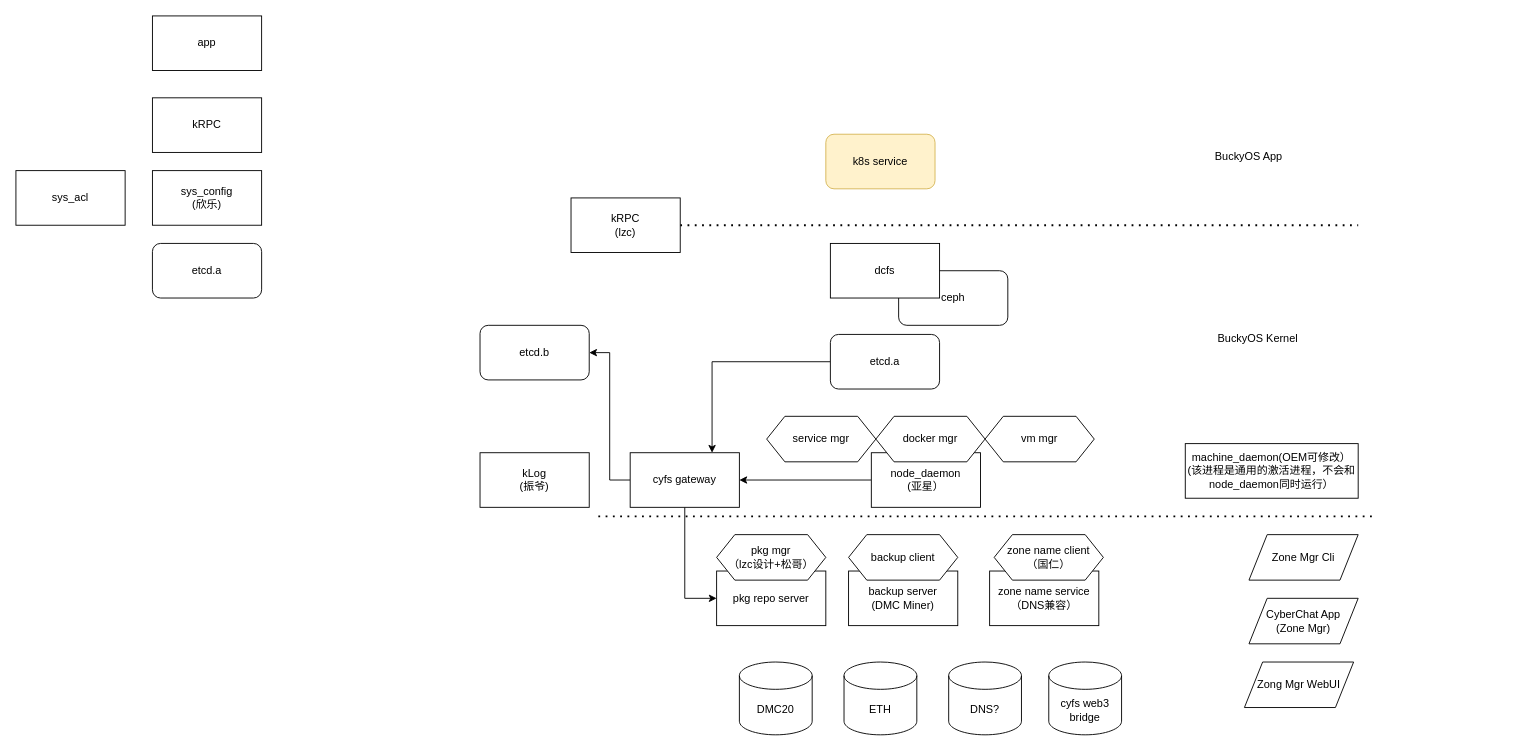
Earlier version of the draw.io diagram page "系统组件图" (7 of 9) of doc/buckyos.drawio (buckyos/buckyos). Source tidied: cells renumbered, new cells numbered last; positions are measured from the earlier drawing's top-left corner, leaving out a move shared by most shapes. Both pictures are drawn from the tidied source at 91%, with x=0, y=0 at pixel (15, 15).
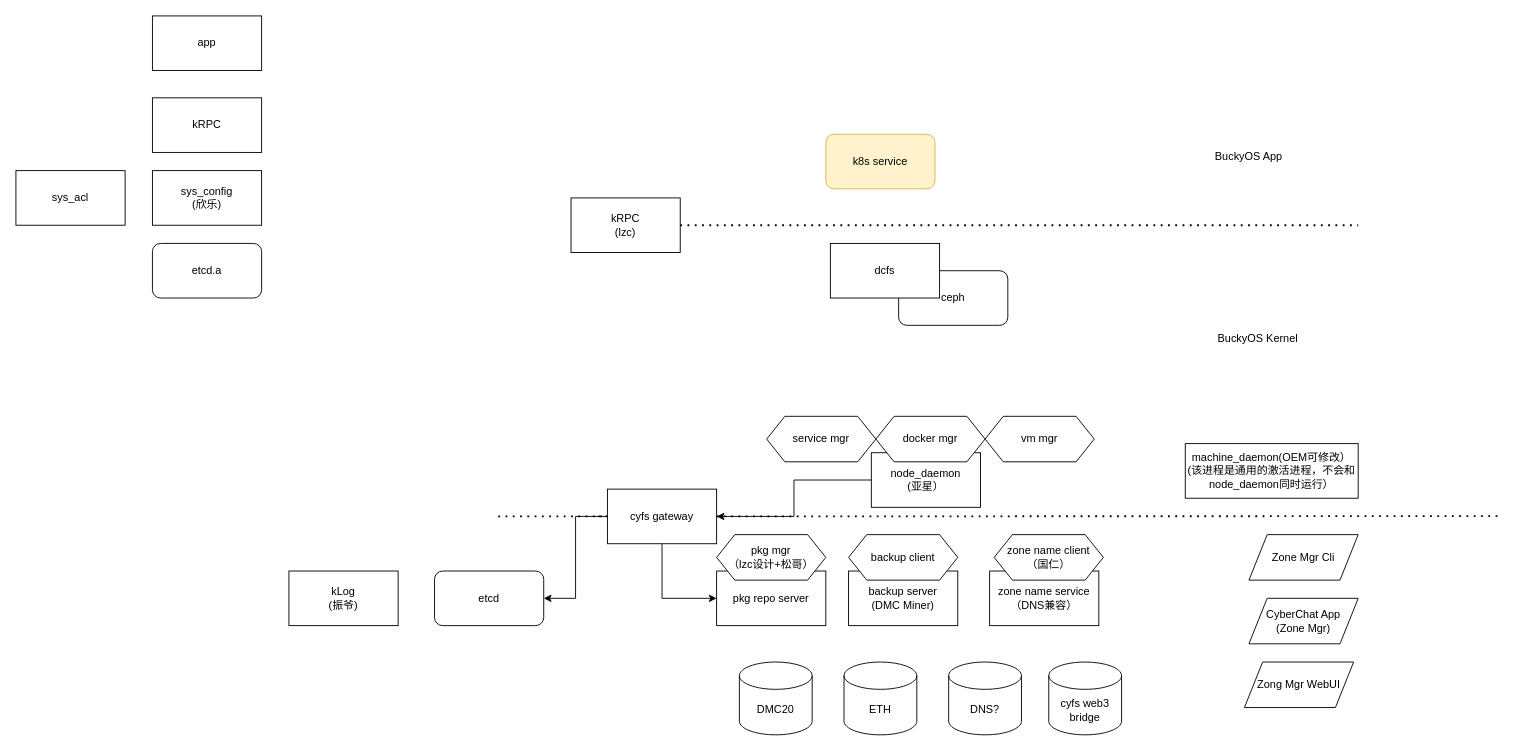
Above is the later version.

Diff of the diagram source:
```diff
@@
-    <mxCell id="6" style="edgeStyle=orthogonalEdgeStyle;rounded=0;jettySize=auto;html=1;exitX=0;exitY=0.5;exitDx=0;exitDy=0;entryX=0.75;entryY=0;entryDx=0;entryDy=0;" parent="1" edge="1" source="7" target="26">
-      <mxGeometry relative="1" as="geometry" />
-    </mxCell>
-    <mxCell id="7" value="etcd.a" style="rounded=1;whiteSpace=wrap;html=1;" parent="1" vertex="1">
-      <mxGeometry x="895" y="350" width="120" height="60" as="geometry" />
-    </mxCell>
@@
-    <mxCell id="26" value="cyfs gateway" style="rounded=0;whiteSpace=wrap;html=1;" parent="1" vertex="1">
-      <mxGeometry x="675" y="480" width="120" height="60" as="geometry" />
-    </mxCell>
@@
-    <mxCell id="29" value="etcd.b" style="rounded=1;whiteSpace=wrap;html=1;" parent="1" vertex="1">
-      <mxGeometry x="510" y="340" width="120" height="60" as="geometry" />
+    <mxCell id="29" value="etcd" style="rounded=1;whiteSpace=wrap;html=1;" parent="1" vertex="1">
+      <mxGeometry x="460" y="610" width="120" height="60" as="geometry" />
     </mxCell>
@@
     <mxCell id="31" style="endArrow=none;dashed=1;html=1;dashPattern=1 3;strokeWidth=2;rounded=0;" parent="1" edge="1">
       <mxGeometry relative="1" as="geometry">
-        <mxPoint x="640" y="550" as="sourcePoint" />
-        <mxPoint x="1490" y="550" as="targetPoint" />
+        <mxPoint x="530" y="550" as="sourcePoint" />
+        <mxPoint x="1630" y="549.7" as="targetPoint" />
       </mxGeometry>
     </mxCell>
     <mxCell id="32" value="kLog&lt;br&gt;(振爷)" style="rounded=0;whiteSpace=wrap;html=1;" parent="1" vertex="1">
-      <mxGeometry x="510" y="480" width="120" height="60" as="geometry" />
+      <mxGeometry x="300" y="610" width="120" height="60" as="geometry" />
     </mxCell>
@@
+    <mxCell id="42" style="endArrow=none;dashed=1;html=1;dashPattern=1 3;strokeWidth=2;rounded=0;" parent="1" edge="1" target="26">
+      <mxGeometry relative="1" as="geometry">
+        <mxPoint x="640" y="550" as="sourcePoint" />
+      </mxGeometry>
+    </mxCell>
+    <mxCell id="26" value="cyfs gateway" style="rounded=0;whiteSpace=wrap;html=1;" parent="1" vertex="1">
+      <mxGeometry x="650" y="520" width="120" height="60" as="geometry" />
+    </mxCell>
```
